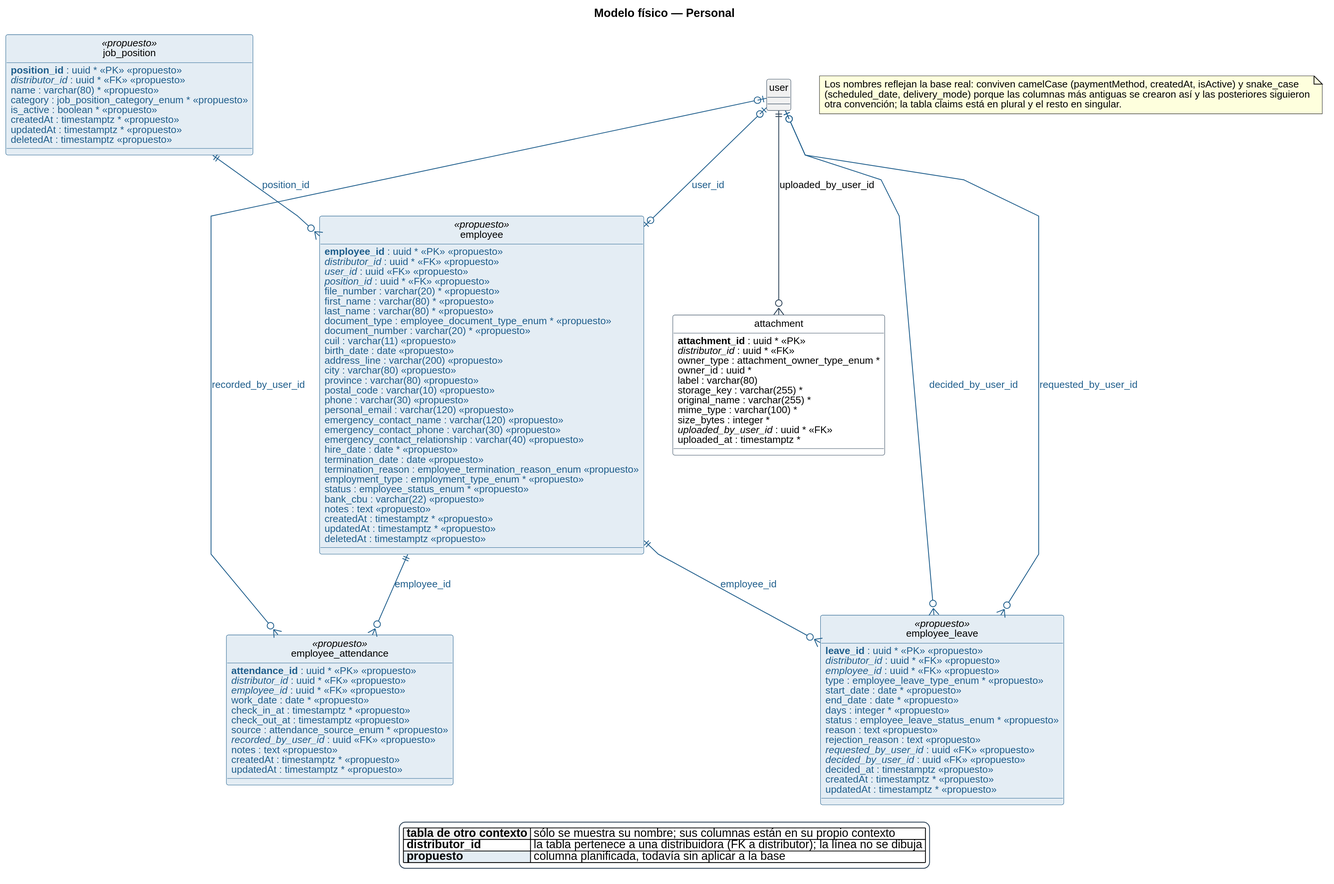
Above: diagramas/base-de-datos/fisico/SPLG-fisico-09-personal.svg in Nahuelito-Dev/splg-docs (PlantUML), before the change.
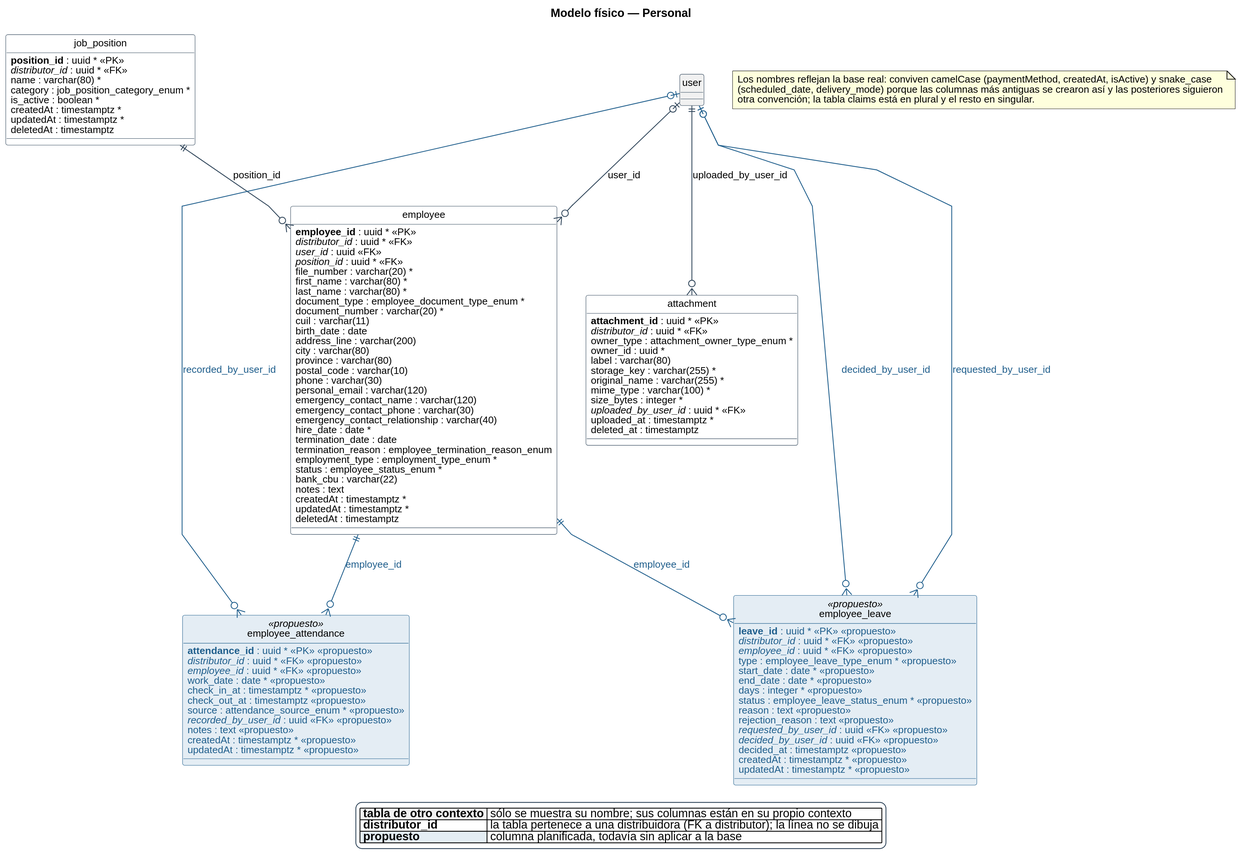
The same file after the commit.

The edit, as a diff of the source:
```diff
@@ -30,15 +30,15 @@
 hide circle
 skinparam linetype polyline
 
-entity "job_position" as e_job_position <<propuesto>> {
-  {field} <color:#1F5E8C>**position_id** : uuid * <<PK>> <<propuesto>></color>
-  {field} <color:#1F5E8C>//distributor_id// : uuid * <<FK>> <<propuesto>></color>
-  {field} <color:#1F5E8C>name : varchar(80) * <<propuesto>></color>
-  {field} <color:#1F5E8C>category : job_position_category_enum * <<propuesto>></color>
-  {field} <color:#1F5E8C>is_active : boolean * <<propuesto>></color>
-  {field} <color:#1F5E8C>createdAt : timestamptz * <<propuesto>></color>
-  {field} <color:#1F5E8C>updatedAt : timestamptz * <<propuesto>></color>
-  {field} <color:#1F5E8C>deletedAt : timestamptz <<propuesto>></color>
+entity "job_position" as e_job_position {
+  {field} **position_id** : uuid * <<PK>>
+  {field} //distributor_id// : uuid * <<FK>>
+  {field} name : varchar(80) *
+  {field} category : job_position_category_enum *
+  {field} is_active : boolean *
+  {field} createdAt : timestamptz *
+  {field} updatedAt : timestamptz *
+  {field} deletedAt : timestamptz
 }
 entity "attachment" as e_attachment {
   {field} **attachment_id** : uuid * <<PK>>
@@ -52,38 +52,39 @@
   {field} size_bytes : integer *
   {field} //uploaded_by_user_id// : uuid * <<FK>>
   {field} uploaded_at : timestamptz *
+  {field} deleted_at : timestamptz
 }
-entity "employee" as e_employee <<propuesto>> {
-  {field} <color:#1F5E8C>**employee_id** : uuid * <<PK>> <<propuesto>></color>
-  {field} <color:#1F5E8C>//distributor_id// : uuid * <<FK>> <<propuesto>></color>
-  {field} <color:#1F5E8C>//user_id// : uuid <<FK>> <<propuesto>></color>
-  {field} <color:#1F5E8C>//position_id// : uuid * <<FK>> <<propuesto>></color>
-  {field} <color:#1F5E8C>file_number : varchar(20) * <<propuesto>></color>
-  {field} <color:#1F5E8C>first_name : varchar(80) * <<propuesto>></color>
-  {field} <color:#1F5E8C>last_name : varchar(80) * <<propuesto>></color>
-  {field} <color:#1F5E8C>document_type : employee_document_type_enum * <<propuesto>></color>
-  {field} <color:#1F5E8C>document_number : varchar(20) * <<propuesto>></color>
-  {field} <color:#1F5E8C>cuil : varchar(11) <<propuesto>></color>
-  {field} <color:#1F5E8C>birth_date : date <<propuesto>></color>
-  {field} <color:#1F5E8C>address_line : varchar(200) <<propuesto>></color>
-  {field} <color:#1F5E8C>city : varchar(80) <<propuesto>></color>
-  {field} <color:#1F5E8C>province : varchar(80) <<propuesto>></color>
-  {field} <color:#1F5E8C>postal_code : varchar(10) <<propuesto>></color>
-  {field} <color:#1F5E8C>phone : varchar(30) <<propuesto>></color>
-  {field} <color:#1F5E8C>personal_email : varchar(120) <<propuesto>></color>
-  {field} <color:#1F5E8C>emergency_contact_name : varchar(120) <<propuesto>></color>
-  {field} <color:#1F5E8C>emergency_contact_phone : varchar(30) <<propuesto>></color>
-  {field} <color:#1F5E8C>emergency_contact_relationship : varchar(40) <<propuesto>></color>
-  {field} <color:#1F5E8C>hire_date : date * <<propuesto>></color>
-  {field} <color:#1F5E8C>termination_date : date <<propuesto>></color>
-  {field} <color:#1F5E8C>termination_reason : employee_termination_reason_enum <<propuesto>></color>
-  {field} <color:#1F5E8C>employment_type : employment_type_enum * <<propuesto>></color>
-  {field} <color:#1F5E8C>status : employee_status_enum * <<propuesto>></color>
-  {field} <color:#1F5E8C>bank_cbu : varchar(22) <<propuesto>></color>
-  {field} <color:#1F5E8C>notes : text <<propuesto>></color>
-  {field} <color:#1F5E8C>createdAt : timestamptz * <<propuesto>></color>
-  {field} <color:#1F5E8C>updatedAt : timestamptz * <<propuesto>></color>
-  {field} <color:#1F5E8C>deletedAt : timestamptz <<propuesto>></color>
+entity "employee" as e_employee {
+  {field} **employee_id** : uuid * <<PK>>
+  {field} //distributor_id// : uuid * <<FK>>
+  {field} //user_id// : uuid <<FK>>
+  {field} //position_id// : uuid * <<FK>>
+  {field} file_number : varchar(20) *
+  {field} first_name : varchar(80) *
+  {field} last_name : varchar(80) *
+  {field} document_type : employee_document_type_enum *
+  {field} document_number : varchar(20) *
+  {field} cuil : varchar(11)
+  {field} birth_date : date
+  {field} address_line : varchar(200)
+  {field} city : varchar(80)
+  {field} province : varchar(80)
+  {field} postal_code : varchar(10)
+  {field} phone : varchar(30)
+  {field} personal_email : varchar(120)
+  {field} emergency_contact_name : varchar(120)
+  {field} emergency_contact_phone : varchar(30)
+  {field} emergency_contact_relationship : varchar(40)
+  {field} hire_date : date *
+  {field} termination_date : date
+  {field} termination_reason : employee_termination_reason_enum
+  {field} employment_type : employment_type_enum *
+  {field} status : employee_status_enum *
+  {field} bank_cbu : varchar(22)
+  {field} notes : text
+  {field} createdAt : timestamptz *
+  {field} updatedAt : timestamptz *
+  {field} deletedAt : timestamptz
 }
 entity "employee_attendance" as e_employee_attendance <<propuesto>> {
   {field} <color:#1F5E8C>**attendance_id** : uuid * <<PK>> <<propuesto>></color>
@@ -119,8 +120,8 @@
 }
 
 e_user ||--o{ e_attachment : uploaded_by_user_id
-e_user |o--o| e_employee #line:1F5E8C;text:1F5E8C : user_id
-e_job_position ||--o{ e_employee #line:1F5E8C;text:1F5E8C : position_id
+e_job_position ||--o{ e_employee : position_id
+e_user |o--o{ e_employee : user_id
 e_employee ||--o{ e_employee_attendance #line:1F5E8C;text:1F5E8C : employee_id
 e_user |o--o{ e_employee_attendance #line:1F5E8C;text:1F5E8C : recorded_by_user_id
 e_employee ||--o{ e_employee_leave #line:1F5E8C;text:1F5E8C : employee_id
```
